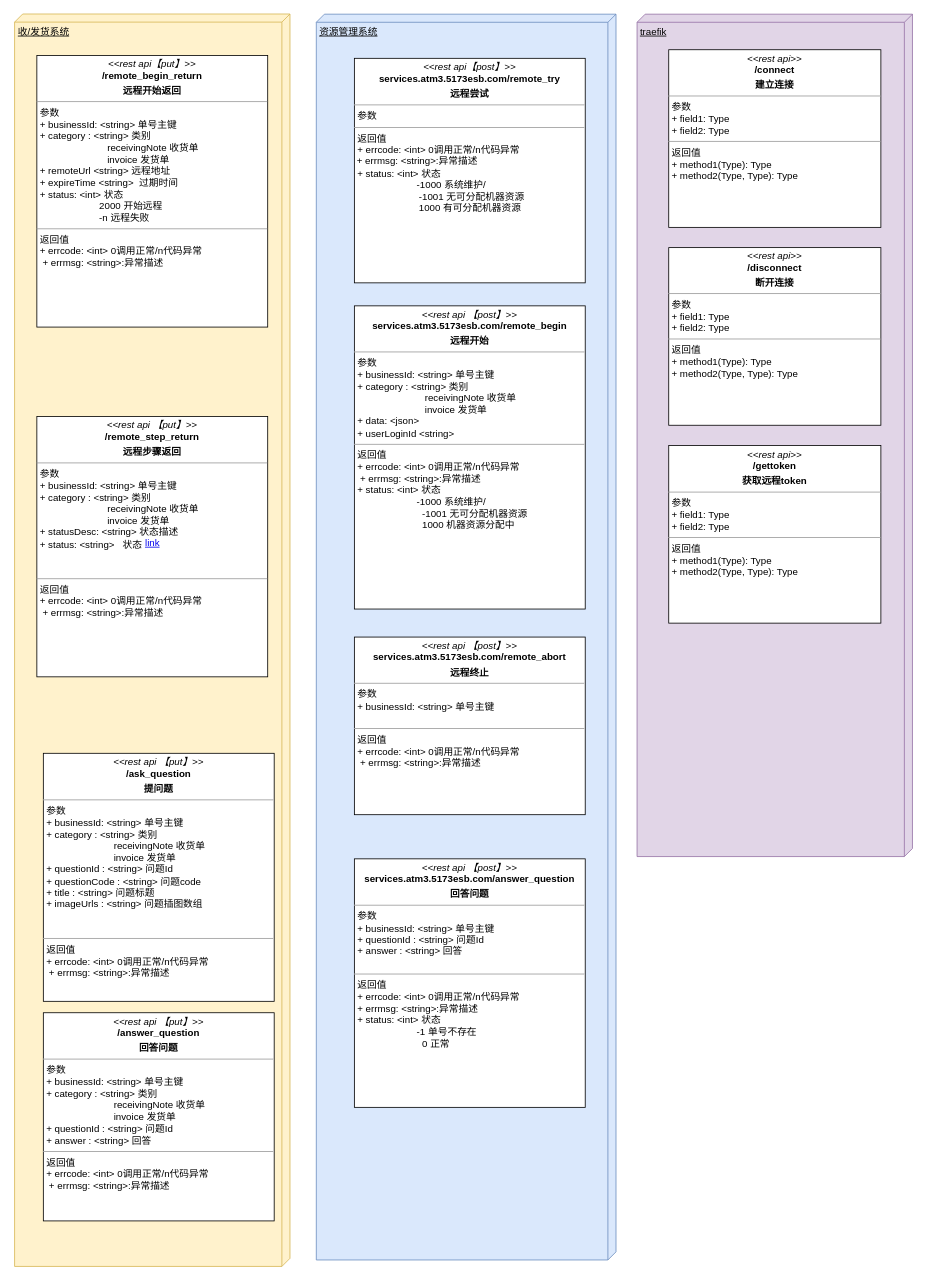
This is 接口.drawio from yelisheng/atm-design, a draw.io file, before an edit. Source tidied: cells renumbered, new cells numbered last; positions are measured from the earlier drawing's top-left corner, leaving out a move shared by most shapes. Both pictures are drawn from the tidied source at 81%, with x=0, y=0 at pixel (14, 14).
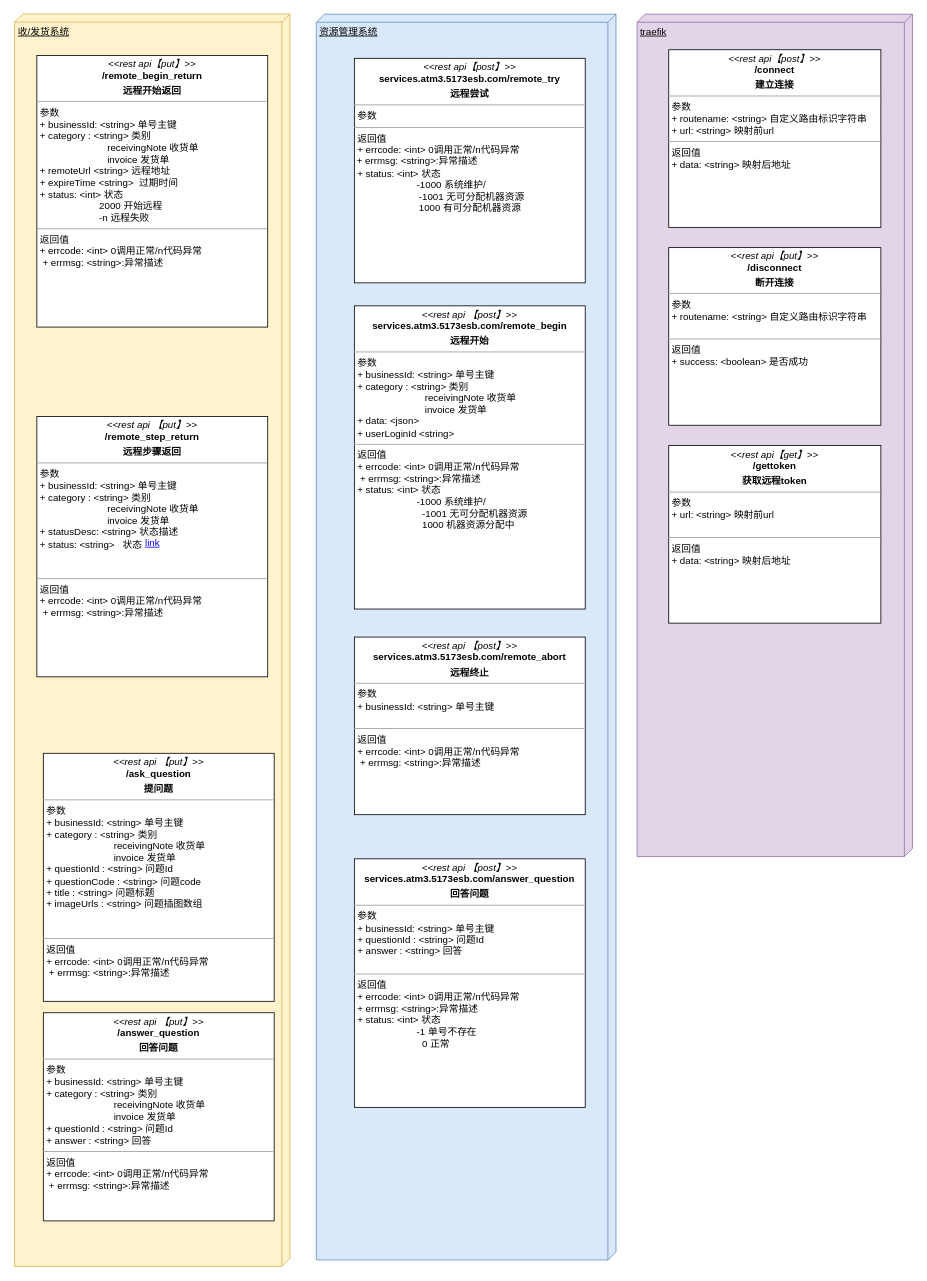
The same page after the edit.

Unchanged cells that the change refers to:
```xml
<mxCell id="18" style="group;" parent="1" vertex="1">
  <mxGeometry x="769" width="340" height="1040" as="geometry" />
</mxCell>
```

Change to the diagram source:
```diff
@@
-    <mxCell id="20" value="&lt;p style=&quot;margin: 0px ; margin-top: 4px ; text-align: center&quot;&gt;&lt;i&gt;&amp;lt;&amp;lt;rest api&amp;gt;&amp;gt;&lt;/i&gt;&lt;br&gt;&lt;b&gt;/connect&lt;/b&gt;&lt;/p&gt;&lt;p style=&quot;margin: 0px ; margin-top: 4px ; text-align: center&quot;&gt;&lt;b&gt;建立连接&lt;/b&gt;&lt;/p&gt;&lt;hr size=&quot;1&quot;&gt;&lt;p style=&quot;margin: 0px ; margin-left: 4px&quot;&gt;参数&lt;/p&gt;&lt;p style=&quot;margin: 0px ; margin-left: 4px&quot;&gt;+ field1: Type&lt;br&gt;+ field2: Type&lt;/p&gt;&lt;hr size=&quot;1&quot;&gt;&lt;p style=&quot;margin: 0px ; margin-left: 4px&quot;&gt;返回值&lt;/p&gt;&lt;p style=&quot;margin: 0px ; margin-left: 4px&quot;&gt;+ method1(Type): Type&lt;br&gt;+ method2(Type, Type): Type&lt;/p&gt;" style="verticalAlign=top;align=left;overflow=fill;fontSize=12;fontFamily=Helvetica;html=1;" parent="18" vertex="1">
+    <mxCell id="20" value="&lt;p style=&quot;margin: 0px ; margin-top: 4px ; text-align: center&quot;&gt;&lt;i&gt;&amp;lt;&amp;lt;rest api【post】&amp;gt;&amp;gt;&lt;/i&gt;&lt;br&gt;&lt;b&gt;/connect&lt;/b&gt;&lt;/p&gt;&lt;p style=&quot;margin: 0px ; margin-top: 4px ; text-align: center&quot;&gt;&lt;b&gt;建立连接&lt;/b&gt;&lt;/p&gt;&lt;hr size=&quot;1&quot;&gt;&lt;p style=&quot;margin: 0px ; margin-left: 4px&quot;&gt;参数&lt;/p&gt;&lt;p style=&quot;margin: 0px ; margin-left: 4px&quot;&gt;+ routename: &amp;lt;string&amp;gt; 自定义路由标识字符串&lt;br&gt;+ url: &amp;lt;string&amp;gt; 映射前url&lt;/p&gt;&lt;hr size=&quot;1&quot;&gt;&lt;p style=&quot;margin: 0px ; margin-left: 4px&quot;&gt;返回值&lt;/p&gt;&lt;p style=&quot;margin: 0px ; margin-left: 4px&quot;&gt;+ data: &amp;lt;string&amp;gt; 映射后地址&lt;br&gt;&lt;br&gt;&lt;/p&gt;" style="verticalAlign=top;align=left;overflow=fill;fontSize=12;fontFamily=Helvetica;html=1;" parent="18" vertex="1">
       <mxGeometry x="39.1" y="43.9" width="261.9" height="219.3" as="geometry" />
     </mxCell>
-    <mxCell id="21" value="&lt;p style=&quot;margin: 0px ; margin-top: 4px ; text-align: center&quot;&gt;&lt;i&gt;&amp;lt;&amp;lt;rest api&amp;gt;&amp;gt;&lt;/i&gt;&lt;br&gt;&lt;b&gt;/disconnect&lt;/b&gt;&lt;/p&gt;&lt;p style=&quot;margin: 0px ; margin-top: 4px ; text-align: center&quot;&gt;&lt;b&gt;断开连接&lt;/b&gt;&lt;/p&gt;&lt;hr size=&quot;1&quot;&gt;&lt;p style=&quot;margin: 0px ; margin-left: 4px&quot;&gt;参数&lt;/p&gt;&lt;p style=&quot;margin: 0px ; margin-left: 4px&quot;&gt;+ field1: Type&lt;br&gt;+ field2: Type&lt;/p&gt;&lt;hr size=&quot;1&quot;&gt;&lt;p style=&quot;margin: 0px ; margin-left: 4px&quot;&gt;返回值&lt;/p&gt;&lt;p style=&quot;margin: 0px ; margin-left: 4px&quot;&gt;+ method1(Type): Type&lt;br&gt;+ method2(Type, Type): Type&lt;/p&gt;" style="verticalAlign=top;align=left;overflow=fill;fontSize=12;fontFamily=Helvetica;html=1;" parent="18" vertex="1">
+    <mxCell id="21" value="&lt;p style=&quot;margin: 0px ; margin-top: 4px ; text-align: center&quot;&gt;&lt;i&gt;&amp;lt;&amp;lt;rest api【put】&amp;gt;&amp;gt;&lt;/i&gt;&lt;br&gt;&lt;b&gt;/disconnect&lt;/b&gt;&lt;/p&gt;&lt;p style=&quot;margin: 0px ; margin-top: 4px ; text-align: center&quot;&gt;&lt;b&gt;断开连接&lt;/b&gt;&lt;/p&gt;&lt;hr size=&quot;1&quot;&gt;&lt;p style=&quot;margin: 0px ; margin-left: 4px&quot;&gt;参数&lt;/p&gt;&lt;p style=&quot;margin: 0px ; margin-left: 4px&quot;&gt;+ routename: &amp;lt;string&amp;gt; 自定义路由标识字符串&lt;br&gt;&lt;br&gt;&lt;/p&gt;&lt;hr size=&quot;1&quot;&gt;&lt;p style=&quot;margin: 0px 0px 0px 4px&quot;&gt;返回值&lt;/p&gt;&lt;p style=&quot;margin: 0px 0px 0px 4px&quot;&gt;+ success: &amp;lt;boolean&amp;gt; 是否成功&lt;/p&gt;" style="verticalAlign=top;align=left;overflow=fill;fontSize=12;fontFamily=Helvetica;html=1;" parent="18" vertex="1">
       <mxGeometry x="39.1" y="288.2" width="261.9" height="219.3" as="geometry" />
     </mxCell>
-    <mxCell id="22" value="&lt;p style=&quot;margin: 0px ; margin-top: 4px ; text-align: center&quot;&gt;&lt;i&gt;&amp;lt;&amp;lt;rest api&amp;gt;&amp;gt;&lt;/i&gt;&lt;br&gt;&lt;b&gt;/gettoken&lt;/b&gt;&lt;/p&gt;&lt;p style=&quot;margin: 0px ; margin-top: 4px ; text-align: center&quot;&gt;&lt;b&gt;获取远程token&lt;/b&gt;&lt;/p&gt;&lt;hr size=&quot;1&quot;&gt;&lt;p style=&quot;margin: 0px ; margin-left: 4px&quot;&gt;参数&lt;/p&gt;&lt;p style=&quot;margin: 0px ; margin-left: 4px&quot;&gt;+ field1: Type&lt;br&gt;+ field2: Type&lt;/p&gt;&lt;hr size=&quot;1&quot;&gt;&lt;p style=&quot;margin: 0px ; margin-left: 4px&quot;&gt;返回值&lt;/p&gt;&lt;p style=&quot;margin: 0px ; margin-left: 4px&quot;&gt;+ method1(Type): Type&lt;br&gt;+ method2(Type, Type): Type&lt;/p&gt;" style="verticalAlign=top;align=left;overflow=fill;fontSize=12;fontFamily=Helvetica;html=1;" parent="18" vertex="1">
+    <mxCell id="22" value="&lt;p style=&quot;margin: 0px ; margin-top: 4px ; text-align: center&quot;&gt;&lt;i&gt;&amp;lt;&amp;lt;rest api【get】&amp;gt;&amp;gt;&lt;/i&gt;&lt;br&gt;&lt;b&gt;/gettoken&lt;/b&gt;&lt;/p&gt;&lt;p style=&quot;margin: 0px ; margin-top: 4px ; text-align: center&quot;&gt;&lt;b&gt;获取远程token&lt;/b&gt;&lt;/p&gt;&lt;hr size=&quot;1&quot;&gt;&lt;p style=&quot;margin: 0px ; margin-left: 4px&quot;&gt;参数&lt;/p&gt;&lt;p style=&quot;margin: 0px ; margin-left: 4px&quot;&gt;+ url: &amp;lt;string&amp;gt; 映射前url&lt;br&gt;&lt;/p&gt;&lt;p style=&quot;margin: 0px ; margin-left: 4px&quot;&gt;&lt;br&gt;&lt;/p&gt;&lt;hr size=&quot;1&quot;&gt;&lt;p style=&quot;margin: 0px ; margin-left: 4px&quot;&gt;返回值&lt;/p&gt;&lt;p style=&quot;margin: 0px ; margin-left: 4px&quot;&gt;+ data: &amp;lt;string&amp;gt; 映射后地址&lt;br&gt;&lt;/p&gt;" style="verticalAlign=top;align=left;overflow=fill;fontSize=12;fontFamily=Helvetica;html=1;" parent="18" vertex="1">
       <mxGeometry x="39.1" y="532.5" width="261.9" height="219.3" as="geometry" />
     </mxCell>
```
